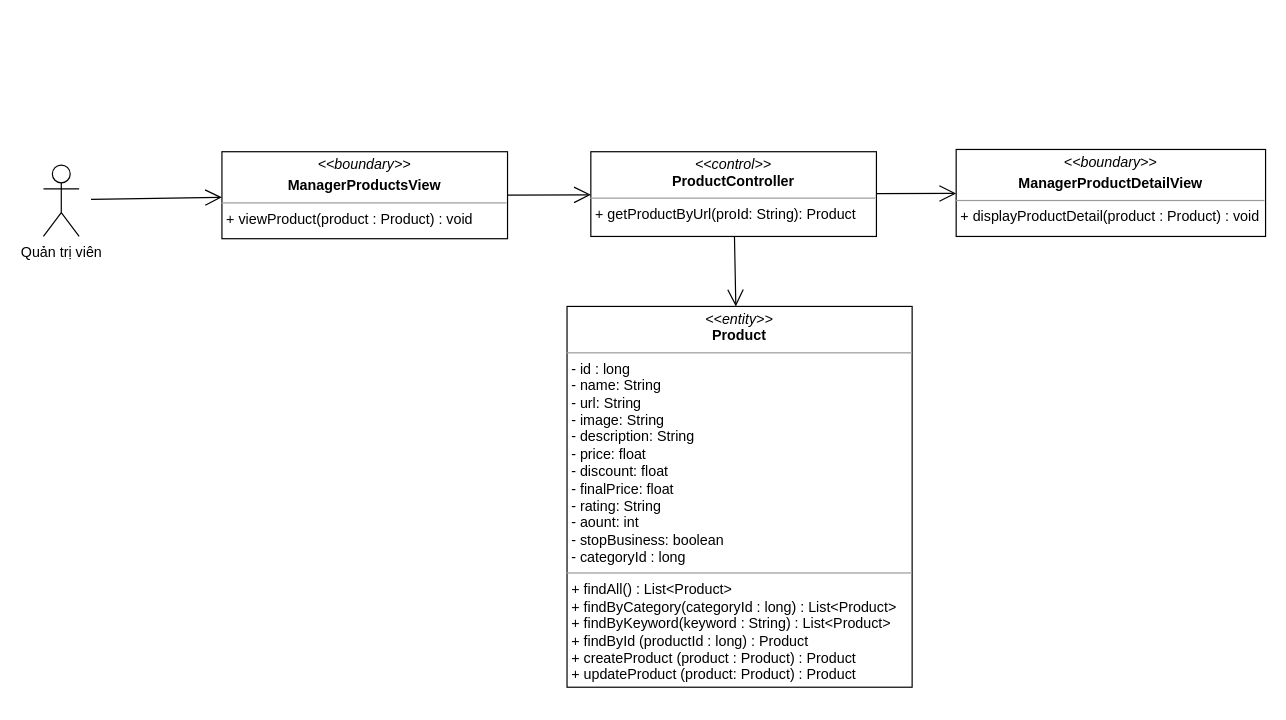
This is class diagram/manager-product-detail-class-diagram.drawio from nguyenphamvan/datn_20202, a draw.io file, before an edit. Source tidied: cells renumbered, new cells numbered last; positions are measured from the earlier drawing's top-left corner, leaving out a move shared by most shapes. Both pictures are drawn from the tidied source at 119%, with x=0, y=0 at pixel (43, 149).
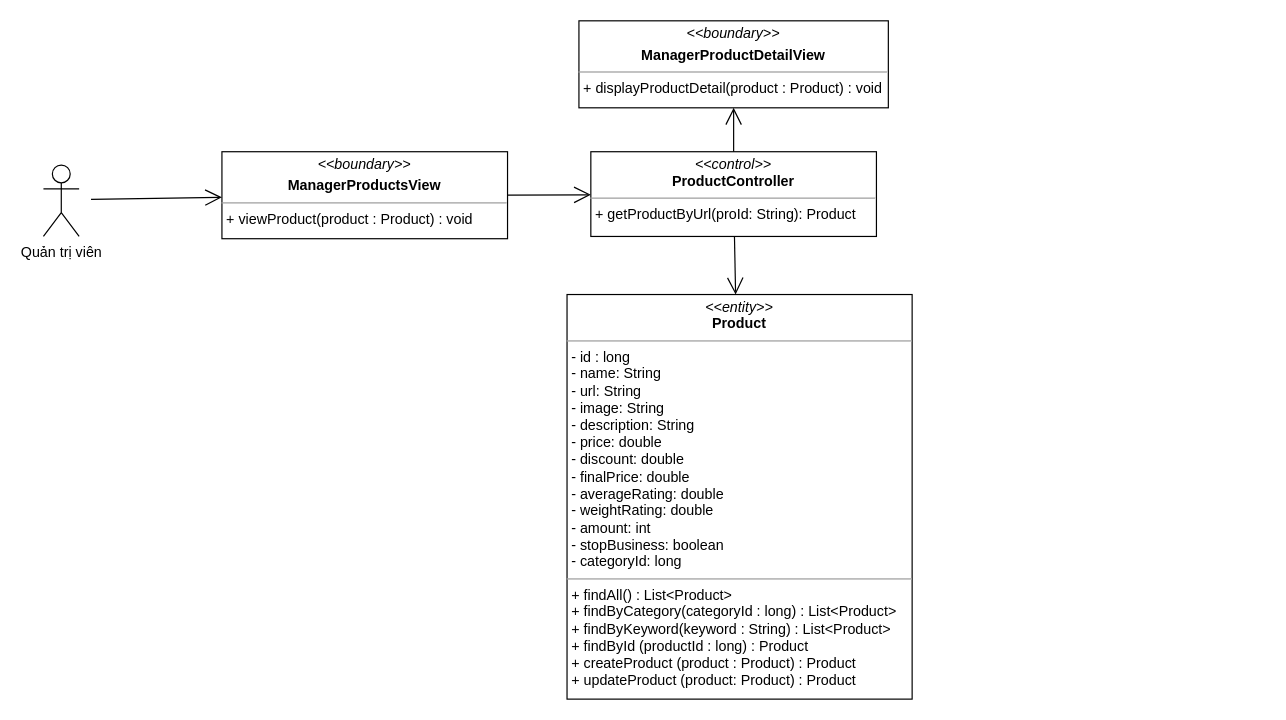
The same diagram, later.

The edit, as a diff of the source:
```diff
@@
 <mxGraphModel>
   <root>
     <mxCell id="0" />
     <mxCell id="1" parent="0" />
     <mxCell id="2" value="&lt;p style=&quot;margin: 0px ; margin-top: 4px ; text-align: center&quot;&gt;&lt;i&gt;&amp;lt;&amp;lt;boundary&amp;gt;&amp;gt;&lt;/i&gt;&lt;/p&gt;&lt;p style=&quot;margin: 0px ; margin-top: 4px ; text-align: center&quot;&gt;&lt;b&gt;ManagerProductsView&lt;/b&gt;&lt;/p&gt;&lt;hr size=&quot;1&quot;&gt;&lt;p style=&quot;margin: 0px ; margin-left: 4px&quot;&gt;+ viewProduct(product : Product) : void&lt;br&gt;&lt;/p&gt;" style="verticalAlign=top;align=left;overflow=fill;fontSize=12;fontFamily=Helvetica;html=1;" parent="1" vertex="1">
       <mxGeometry x="150" y="2" width="240" height="73.1" as="geometry" />
     </mxCell>
     <mxCell id="3" style="endArrow=open;endFill=1;endSize=12;html=1;exitX=1;exitY=0.5;exitDx=0;exitDy=0;" parent="1" edge="1" source="2" target="4">
       <mxGeometry relative="1" as="geometry" />
     </mxCell>
     <mxCell id="4" value="&lt;p style=&quot;margin: 0px ; margin-top: 4px ; text-align: center&quot;&gt;&lt;i&gt;&amp;lt;&amp;lt;control&amp;gt;&amp;gt;&lt;/i&gt;&lt;br&gt;&lt;b&gt;ProductController&lt;/b&gt;&lt;/p&gt;&lt;hr size=&quot;1&quot;&gt;&lt;p style=&quot;margin: 0px ; margin-left: 4px&quot;&gt;+ getProductByUrl(proId: String): Product&lt;br&gt;&lt;/p&gt;" style="verticalAlign=top;align=left;overflow=fill;fontSize=12;fontFamily=Helvetica;html=1;" parent="1" vertex="1">
       <mxGeometry x="460" y="2" width="240" height="71.2" as="geometry" />
     </mxCell>
-    <mxCell id="5" value="&lt;p style=&quot;margin: 0px ; margin-top: 4px ; text-align: center&quot;&gt;&lt;i&gt;&amp;lt;&amp;lt;entity&amp;gt;&amp;gt;&lt;/i&gt;&lt;br&gt;&lt;b&gt;Product&lt;/b&gt;&lt;/p&gt;&lt;hr size=&quot;1&quot;&gt;&lt;p style=&quot;margin: 0px ; margin-left: 4px&quot;&gt;- id : long&lt;/p&gt;&lt;p style=&quot;margin: 0px ; margin-left: 4px&quot;&gt;- name: String&lt;br&gt;- url: String&lt;/p&gt;&lt;p style=&quot;margin: 0px ; margin-left: 4px&quot;&gt;- image: String&lt;/p&gt;&lt;p style=&quot;margin: 0px ; margin-left: 4px&quot;&gt;- description: String&lt;/p&gt;&lt;p style=&quot;margin: 0px ; margin-left: 4px&quot;&gt;- price: float&lt;/p&gt;&lt;p style=&quot;margin: 0px ; margin-left: 4px&quot;&gt;- discount: float&lt;/p&gt;&lt;p style=&quot;margin: 0px ; margin-left: 4px&quot;&gt;- finalPrice: float&lt;/p&gt;&lt;p style=&quot;margin: 0px ; margin-left: 4px&quot;&gt;- rating: String&lt;/p&gt;&lt;p style=&quot;margin: 0px ; margin-left: 4px&quot;&gt;- aount: int&lt;/p&gt;&lt;p style=&quot;margin: 0px ; margin-left: 4px&quot;&gt;- stopBusiness: boolean&lt;/p&gt;&lt;p style=&quot;margin: 0px ; margin-left: 4px&quot;&gt;- categoryId : long&lt;/p&gt;&lt;hr size=&quot;1&quot;&gt;&lt;p style=&quot;margin: 0px 0px 0px 4px&quot;&gt;+ findAll() : List&amp;lt;Product&amp;gt;&lt;/p&gt;&lt;p style=&quot;margin: 0px 0px 0px 4px&quot;&gt;+ findByCategory(categoryId : long) : List&amp;lt;Product&amp;gt;&lt;/p&gt;&lt;p style=&quot;margin: 0px 0px 0px 4px&quot;&gt;+ findByKeyword(keyword : String) : List&amp;lt;Product&amp;gt;&lt;/p&gt;&lt;p style=&quot;margin: 0px 0px 0px 4px&quot;&gt;+ findById (productId : long) : Product&lt;/p&gt;&lt;p style=&quot;margin: 0px 0px 0px 4px&quot;&gt;+ createProduct (product : Product) : Product&lt;/p&gt;&lt;p style=&quot;margin: 0px 0px 0px 4px&quot;&gt;+ updateProduct (product: Product) : Product&lt;/p&gt;" style="verticalAlign=top;align=left;overflow=fill;fontSize=12;fontFamily=Helvetica;html=1;" parent="1" vertex="1">
-      <mxGeometry x="440" y="132" width="290" height="320" as="geometry" />
+    <mxCell id="5" value="&lt;p style=&quot;margin: 0px ; margin-top: 4px ; text-align: center&quot;&gt;&lt;i&gt;&amp;lt;&amp;lt;entity&amp;gt;&amp;gt;&lt;/i&gt;&lt;br&gt;&lt;b&gt;Product&lt;/b&gt;&lt;/p&gt;&lt;hr size=&quot;1&quot;&gt;&lt;p style=&quot;margin: 0px 0px 0px 4px&quot;&gt;- id : long&lt;/p&gt;&lt;p style=&quot;margin: 0px 0px 0px 4px&quot;&gt;- name: String&lt;br&gt;- url: String&lt;/p&gt;&lt;p style=&quot;margin: 0px 0px 0px 4px&quot;&gt;- image: String&lt;/p&gt;&lt;p style=&quot;margin: 0px 0px 0px 4px&quot;&gt;- description: String&lt;/p&gt;&lt;p style=&quot;margin: 0px 0px 0px 4px&quot;&gt;- price: double&lt;/p&gt;&lt;p style=&quot;margin: 0px 0px 0px 4px&quot;&gt;- discount: double&lt;/p&gt;&lt;p style=&quot;margin: 0px 0px 0px 4px&quot;&gt;- finalPrice: double&lt;/p&gt;&lt;p style=&quot;margin: 0px 0px 0px 4px&quot;&gt;- averageRating: double&lt;/p&gt;&lt;p style=&quot;margin: 0px 0px 0px 4px&quot;&gt;- weightRating: double&lt;/p&gt;&lt;p style=&quot;margin: 0px 0px 0px 4px&quot;&gt;- amount: int&lt;/p&gt;&lt;p style=&quot;margin: 0px 0px 0px 4px&quot;&gt;- stopBusiness: boolean&lt;/p&gt;&lt;p style=&quot;margin: 0px 0px 0px 4px&quot;&gt;- categoryId: long&lt;/p&gt;&lt;hr size=&quot;1&quot;&gt;&lt;p style=&quot;margin: 0px 0px 0px 4px&quot;&gt;+ findAll() : List&amp;lt;Product&amp;gt;&lt;/p&gt;&lt;p style=&quot;margin: 0px 0px 0px 4px&quot;&gt;+ findByCategory(categoryId : long) : List&amp;lt;Product&amp;gt;&lt;/p&gt;&lt;p style=&quot;margin: 0px 0px 0px 4px&quot;&gt;+ findByKeyword(keyword : String) : List&amp;lt;Product&amp;gt;&lt;/p&gt;&lt;p style=&quot;margin: 0px 0px 0px 4px&quot;&gt;+ findById (productId : long) : Product&lt;/p&gt;&lt;p style=&quot;margin: 0px 0px 0px 4px&quot;&gt;+ createProduct (product : Product) : Product&lt;/p&gt;&lt;p style=&quot;margin: 0px 0px 0px 4px&quot;&gt;+ updateProduct (product: Product) : Product&lt;/p&gt;" style="verticalAlign=top;align=left;overflow=fill;fontSize=12;fontFamily=Helvetica;html=1;" parent="1" vertex="1">
+      <mxGeometry x="440" y="122" width="290" height="340" as="geometry" />
     </mxCell>
     <mxCell id="6" style="endArrow=open;endFill=1;endSize=12;html=1;" parent="1" edge="1" source="4" target="5">
       <mxGeometry relative="1" as="geometry" />
     </mxCell>
     <mxCell id="7" value="&lt;p style=&quot;margin: 0px ; margin-top: 4px ; text-align: center&quot;&gt;&lt;i&gt;&amp;lt;&amp;lt;boundary&amp;gt;&amp;gt;&lt;/i&gt;&lt;/p&gt;&lt;p style=&quot;margin: 0px ; margin-top: 4px ; text-align: center&quot;&gt;&lt;b&gt;ManagerProductDetailView&lt;/b&gt;&lt;/p&gt;&lt;hr size=&quot;1&quot;&gt;&lt;p style=&quot;margin: 0px ; margin-left: 4px&quot;&gt;&lt;span style=&quot;font-family: &amp;#34;helvetica&amp;#34;&quot;&gt;+ displayProductDetail(product : Product) : void&lt;/span&gt;&lt;br&gt;&lt;/p&gt;" style="verticalAlign=top;align=left;overflow=fill;fontSize=12;fontFamily=Helvetica;html=1;" parent="1" vertex="1">
-      <mxGeometry x="767" y="0.1" width="260" height="73.1" as="geometry" />
+      <mxGeometry x="450" y="-108" width="260" height="73.1" as="geometry" />
     </mxCell>
     <mxCell id="8" style="endArrow=open;endFill=1;endSize=12;html=1;" parent="1" edge="1" source="4" target="7">
       <mxGeometry relative="1" as="geometry" />
     </mxCell>
     <mxCell id="9" value="Quản trị viên&lt;br&gt;" style="shape=umlActor;verticalLabelPosition=bottom;verticalAlign=top;html=1;" parent="1" vertex="1">
       <mxGeometry y="13.2" width="30" height="60" as="geometry" />
     </mxCell>
     <mxCell id="10" style="endArrow=open;endFill=1;endSize=12;html=1;" parent="1" edge="1" target="2">
       <mxGeometry relative="1" as="geometry">
         <mxPoint x="40" y="42" as="sourcePoint" />
       </mxGeometry>
     </mxCell>
   </root>
 </mxGraphModel>
```
